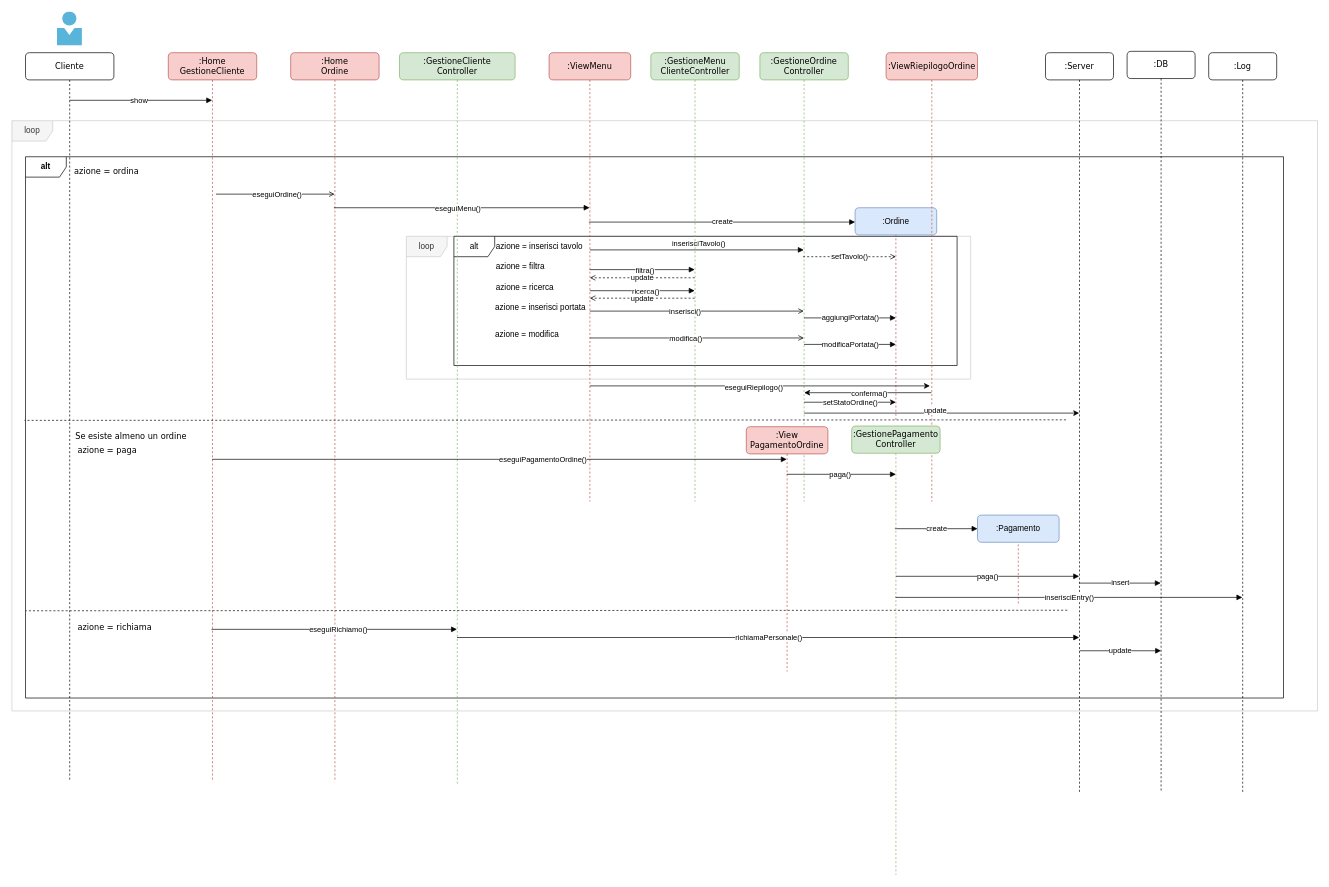
Marco-Burattoni/Progetto-ids keeps this draw.io diagram as page "Cliente" (3 of 7) of progettazione/dettaglio/dettaglioSequenza.drawio. Above is the earlier version. Source tidied: cells renumbered, new cells numbered last; positions are measured from the earlier drawing's top-left corner, leaving out a move shared by most shapes. Both pictures are drawn from the tidied source at 68%, with x=0, y=0 at pixel (12, 12).
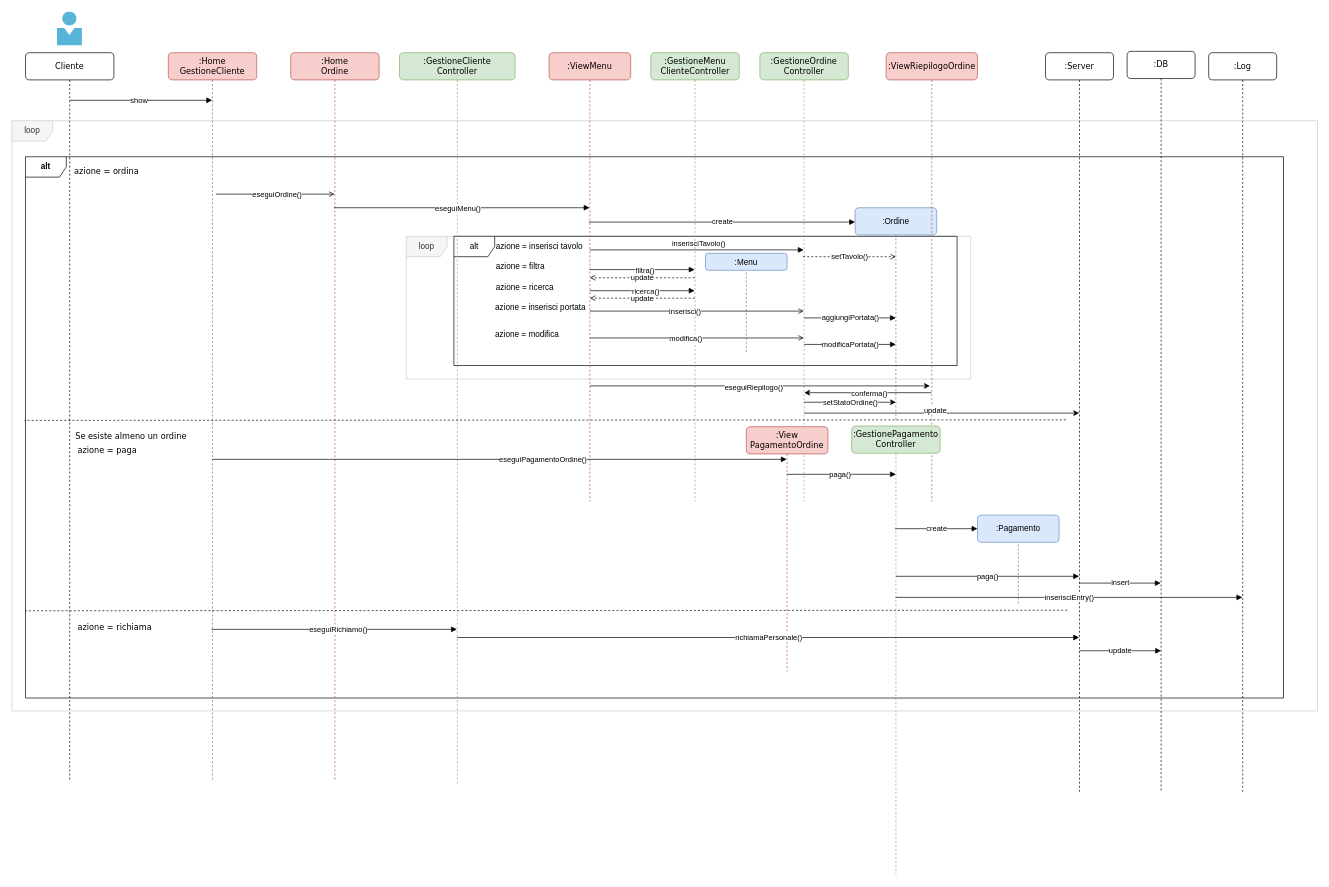
The same page after the edit.

Diff of the diagram source:
```diff
@@
+    <mxCell id="68" value=":Menu" style="rounded=1;whiteSpace=wrap;html=1;fillColor=#dae8fc;strokeColor=#6c8ebf;" parent="1" vertex="1">
+      <mxGeometry x="1020" y="355" width="120" height="25" as="geometry" />
+    </mxCell>
+    <mxCell id="69" style="endArrow=none;dashed=1;html=1;rounded=0;fillColor=#f8cecc;strokeColor=#b85450;entryX=0.5;entryY=1;entryDx=0;entryDy=0;" parent="1" edge="1" target="68">
+      <mxGeometry relative="1" as="geometry">
+        <mxPoint x="1080" y="500" as="sourcePoint" />
+      </mxGeometry>
+    </mxCell>
```
